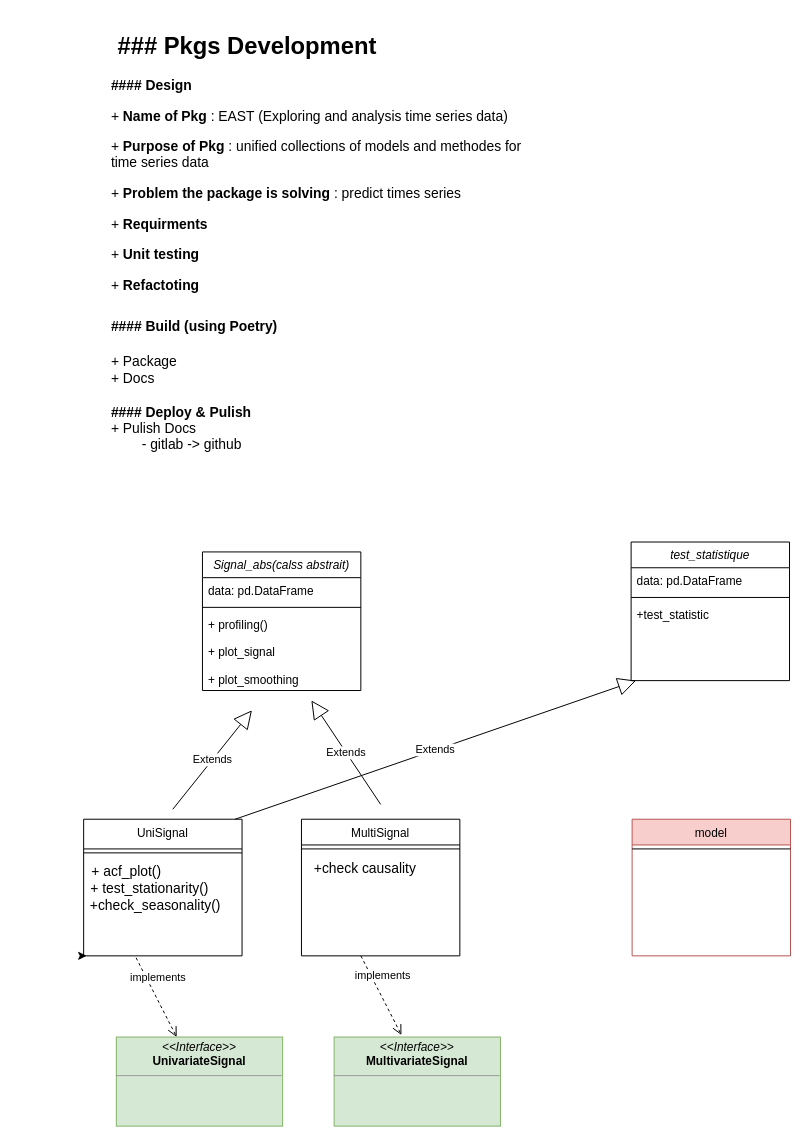
Before: notebooks/EAtsPy.drawio in eurobios-mews-labs/pasts, a draw.io diagram. Source tidied: cells renumbered, new cells numbered last; positions are measured from the earlier drawing's top-left corner, leaving out a move shared by most shapes. Both pictures are drawn from the tidied source at 99%, with x=0, y=0 at pixel (17, 27).
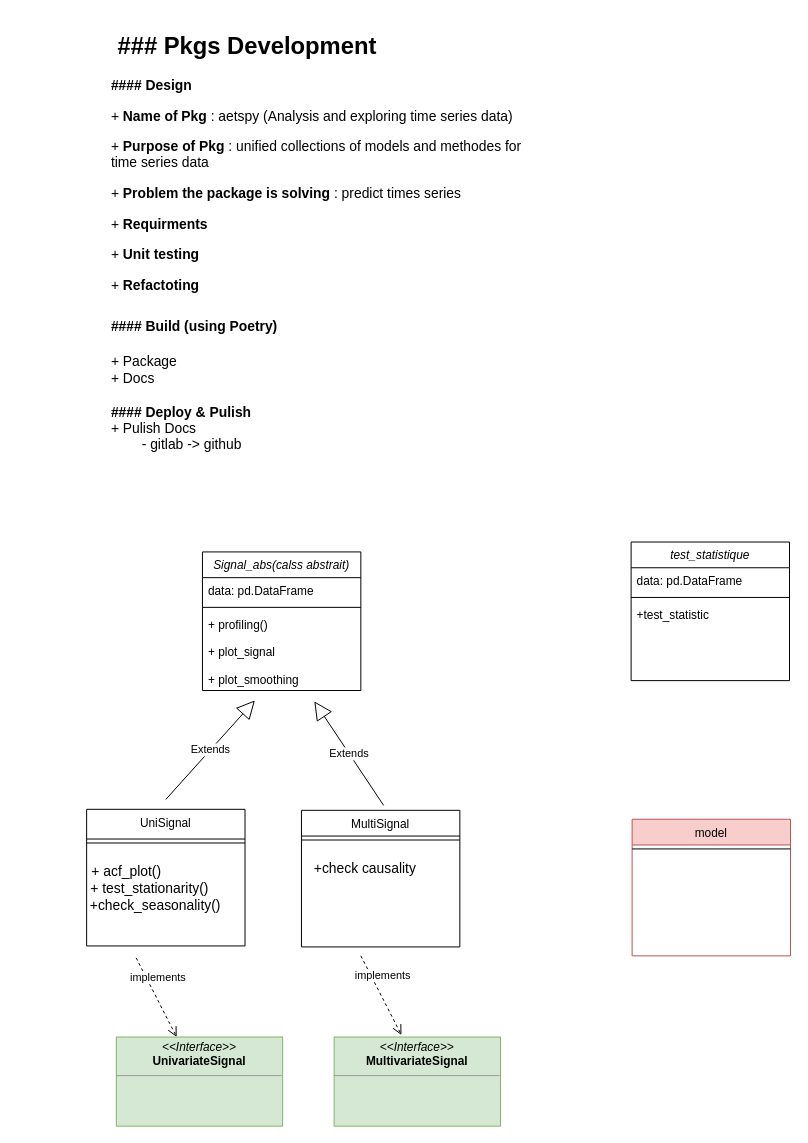
The same diagram, later.

Unchanged cells that the change refers to:
```xml
<mxCell id="18" value="+test_statistic" style="text;align=left;verticalAlign=top;spacingLeft=4;spacingRight=4;overflow=hidden;points=[[0,0.5],[1,0.5]];portConstraint=eastwest;" parent="15" vertex="1">
  <mxGeometry y="60" width="160" height="80" as="geometry" />
</mxCell>
```

What changed in the source:
```diff
@@
-    <mxCell id="6" style="edgeStyle=orthogonalEdgeStyle;rounded=0;jettySize=auto;html=1;exitX=0;exitY=1;exitDx=0;exitDy=0;" parent="1" edge="1" source="7">
-      <mxGeometry relative="1" as="geometry">
-        <mxPoint x="70" y="938" as="targetPoint" />
-      </mxGeometry>
-    </mxCell>
     <mxCell id="7" value="UniSignal" style="swimlane;fontStyle=0;align=center;verticalAlign=top;horizontal=1;startSize=30;rounded=0;shadow=0;strokeWidth=1;" parent="1" vertex="1">
-      <mxGeometry x="67" y="800" width="160" height="138" as="geometry" />
+      <mxGeometry x="70" y="790" width="160" height="138" as="geometry" />
     </mxCell>
@@
     <mxCell id="9" value="MultiSignal" style="swimlane;fontStyle=0;align=center;verticalAlign=top;horizontal=1;startSize=26;rounded=0;shadow=0;strokeWidth=1;" parent="1" vertex="1">
-      <mxGeometry x="287" y="800" width="160" height="138" as="geometry" />
+      <mxGeometry x="287" y="791" width="160" height="138" as="geometry" />
     </mxCell>
@@
-    <mxCell id="11" value="Extends" style="endArrow=block;endSize=16;endFill=0;html=1;rounded=0;" parent="1" edge="1">
-      <mxGeometry relative="1" as="geometry">
-        <mxPoint x="157" y="790" as="sourcePoint" />
-        <mxPoint x="237" y="690" as="targetPoint" />
-      </mxGeometry>
-    </mxCell>
     <mxCell id="12" value="Extends" style="endArrow=block;endSize=16;endFill=0;html=1;rounded=0;exitX=0.294;exitY=-0.036;exitDx=0;exitDy=0;exitPerimeter=0;" parent="1" edge="1">
       <mxGeometry relative="1" as="geometry">
-        <mxPoint x="367" y="785" as="sourcePoint" />
-        <mxPoint x="297" y="680" as="targetPoint" />
+        <mxPoint x="370" y="786" as="sourcePoint" />
+        <mxPoint x="300" y="681" as="targetPoint" />
       </mxGeometry>
     </mxCell>
@@
-    <mxCell id="14" value="&lt;h1 style=&quot;text-align: left;&quot;&gt;&lt;span style=&quot;border-color: var(--border-color); text-align: center;&quot;&gt;&amp;nbsp;### Pkgs Development&lt;/span&gt;&lt;span style=&quot;border-color: var(--border-color); font-size: 12px; text-align: center;&quot;&gt;&amp;nbsp;&lt;br style=&quot;border-color: var(--border-color);&quot;&gt;&lt;/span&gt;&lt;/h1&gt;&lt;p style=&quot;font-size: 14px;&quot;&gt;&lt;font style=&quot;font-size: 14px;&quot;&gt;&lt;b&gt;#### Design&lt;/b&gt;&lt;/font&gt;&lt;/p&gt;&lt;p style=&quot;font-size: 14px;&quot;&gt;&lt;font style=&quot;font-size: 14px;&quot;&gt;+ &lt;b style=&quot;&quot;&gt;Name of Pkg&lt;/b&gt; : EAST (Exploring and analysis time series data)&lt;/font&gt;&lt;/p&gt;&lt;p style=&quot;font-size: 14px;&quot;&gt;&lt;font style=&quot;font-size: 14px;&quot;&gt;+&lt;b&gt; Purpose of Pkg&lt;/b&gt; : unified collections of models and methodes for time series data&lt;/font&gt;&lt;/p&gt;&lt;p style=&quot;font-size: 14px;&quot;&gt;&lt;font style=&quot;font-size: 14px;&quot;&gt;+ &lt;b&gt;Problem the package is solving&lt;/b&gt; : predict times series&amp;nbsp;&lt;/font&gt;&lt;/p&gt;&lt;p style=&quot;font-size: 14px;&quot;&gt;&lt;font style=&quot;font-size: 14px;&quot;&gt;+ &lt;b&gt;Requirments&lt;/b&gt;&lt;/font&gt;&lt;/p&gt;&lt;p style=&quot;font-size: 14px;&quot;&gt;&lt;font style=&quot;font-size: 14px;&quot;&gt;+&lt;b&gt; Unit testing&lt;/b&gt;&lt;/font&gt;&lt;/p&gt;&lt;p style=&quot;font-size: 14px;&quot;&gt;&lt;font style=&quot;font-size: 14px;&quot;&gt;+ &lt;b&gt;Refactoting&lt;/b&gt;&lt;/font&gt;&lt;/p&gt;&lt;h1 style=&quot;border-color: var(--border-color);&quot;&gt;&lt;b style=&quot;border-color: var(--border-color); font-size: 14px;&quot;&gt;#### Build (using Poetry)&lt;/b&gt;&lt;/h1&gt;&lt;div&gt;&lt;span style=&quot;border-color: var(--border-color); font-size: 14px;&quot;&gt;+ Package&lt;/span&gt;&lt;/div&gt;&lt;div&gt;&lt;span style=&quot;border-color: var(--border-color); font-size: 14px;&quot;&gt;+ Docs&lt;/span&gt;&lt;/div&gt;&lt;div&gt;&lt;span style=&quot;border-color: var(--border-color); font-size: 14px;&quot;&gt;&lt;br&gt;&lt;/span&gt;&lt;/div&gt;&lt;div&gt;&lt;span style=&quot;border-color: var(--border-color); font-size: 14px;&quot;&gt;&lt;b style=&quot;border-color: var(--border-color);&quot;&gt;#### Deploy &amp;amp; Pulish&lt;/b&gt;&lt;br&gt;&lt;/span&gt;&lt;/div&gt;&lt;div&gt;&lt;span style=&quot;border-color: var(--border-color); font-size: 14px;&quot;&gt;&lt;span style=&quot;border-color: var(--border-color);&quot;&gt;+ Pulish Docs&lt;/span&gt;&lt;/span&gt;&lt;/div&gt;&lt;div&gt;&lt;span style=&quot;border-color: var(--border-color); font-size: 14px;&quot;&gt;&lt;span style=&quot;border-color: var(--border-color);&quot;&gt;&lt;span style=&quot;white-space: pre;&quot;&gt;&#9;&lt;/span&gt;- gitlab -&amp;gt; github&amp;nbsp;&lt;br&gt;&lt;/span&gt;&lt;/span&gt;&lt;/div&gt;&lt;div&gt;&lt;span style=&quot;border-color: var(--border-color); font-size: 14px;&quot;&gt;&lt;span style=&quot;border-color: var(--border-color);&quot;&gt;&lt;br&gt;&lt;/span&gt;&lt;/span&gt;&lt;/div&gt;&lt;div&gt;&lt;span style=&quot;border-color: var(--border-color); font-size: 14px;&quot;&gt;&lt;span style=&quot;border-color: var(--border-color);&quot;&gt;&lt;br&gt;&lt;/span&gt;&lt;/span&gt;&lt;/div&gt;&lt;div&gt;&lt;span style=&quot;border-color: var(--border-color); font-size: 12px; text-align: center;&quot;&gt;&lt;br&gt;&lt;/span&gt;&lt;/div&gt;&lt;p&gt;&lt;br&gt;&lt;/p&gt;&lt;p&gt;&lt;br&gt;&lt;/p&gt;&lt;p&gt;&lt;br&gt;&lt;/p&gt;&lt;p&gt;&lt;br&gt;&lt;/p&gt;" style="text;html=1;strokeColor=none;fillColor=none;spacing=5;spacingTop=-20;whiteSpace=wrap;overflow=hidden;rounded=0;" parent="1" vertex="1">
+    <mxCell id="14" value="&lt;h1 style=&quot;text-align: left;&quot;&gt;&lt;span style=&quot;border-color: var(--border-color); text-align: center;&quot;&gt;&amp;nbsp;### Pkgs Development&lt;/span&gt;&lt;span style=&quot;border-color: var(--border-color); font-size: 12px; text-align: center;&quot;&gt;&amp;nbsp;&lt;br style=&quot;border-color: var(--border-color);&quot;&gt;&lt;/span&gt;&lt;/h1&gt;&lt;p style=&quot;font-size: 14px;&quot;&gt;&lt;font style=&quot;font-size: 14px;&quot;&gt;&lt;b&gt;#### Design&lt;/b&gt;&lt;/font&gt;&lt;/p&gt;&lt;p style=&quot;font-size: 14px;&quot;&gt;&lt;font style=&quot;font-size: 14px;&quot;&gt;+ &lt;b style=&quot;&quot;&gt;Name of Pkg&lt;/b&gt; : aetspy (Analysis and exploring time series data)&lt;/font&gt;&lt;/p&gt;&lt;p style=&quot;font-size: 14px;&quot;&gt;&lt;font style=&quot;font-size: 14px;&quot;&gt;+&lt;b&gt; Purpose of Pkg&lt;/b&gt; : unified collections of models and methodes for time series data&lt;/font&gt;&lt;/p&gt;&lt;p style=&quot;font-size: 14px;&quot;&gt;&lt;font style=&quot;font-size: 14px;&quot;&gt;+ &lt;b&gt;Problem the package is solving&lt;/b&gt; : predict times series&amp;nbsp;&lt;/font&gt;&lt;/p&gt;&lt;p style=&quot;font-size: 14px;&quot;&gt;&lt;font style=&quot;font-size: 14px;&quot;&gt;+ &lt;b&gt;Requirments&lt;/b&gt;&lt;/font&gt;&lt;/p&gt;&lt;p style=&quot;font-size: 14px;&quot;&gt;&lt;font style=&quot;font-size: 14px;&quot;&gt;+&lt;b&gt; Unit testing&lt;/b&gt;&lt;/font&gt;&lt;/p&gt;&lt;p style=&quot;font-size: 14px;&quot;&gt;&lt;font style=&quot;font-size: 14px;&quot;&gt;+ &lt;b&gt;Refactoting&lt;/b&gt;&lt;/font&gt;&lt;/p&gt;&lt;h1 style=&quot;border-color: var(--border-color);&quot;&gt;&lt;b style=&quot;border-color: var(--border-color); font-size: 14px;&quot;&gt;#### Build (using Poetry)&lt;/b&gt;&lt;/h1&gt;&lt;div&gt;&lt;span style=&quot;border-color: var(--border-color); font-size: 14px;&quot;&gt;+ Package&lt;/span&gt;&lt;/div&gt;&lt;div&gt;&lt;span style=&quot;border-color: var(--border-color); font-size: 14px;&quot;&gt;+ Docs&lt;/span&gt;&lt;/div&gt;&lt;div&gt;&lt;span style=&quot;border-color: var(--border-color); font-size: 14px;&quot;&gt;&lt;br&gt;&lt;/span&gt;&lt;/div&gt;&lt;div&gt;&lt;span style=&quot;border-color: var(--border-color); font-size: 14px;&quot;&gt;&lt;b style=&quot;border-color: var(--border-color);&quot;&gt;#### Deploy &amp;amp; Pulish&lt;/b&gt;&lt;br&gt;&lt;/span&gt;&lt;/div&gt;&lt;div&gt;&lt;span style=&quot;border-color: var(--border-color); font-size: 14px;&quot;&gt;&lt;span style=&quot;border-color: var(--border-color);&quot;&gt;+ Pulish Docs&lt;/span&gt;&lt;/span&gt;&lt;/div&gt;&lt;div&gt;&lt;span style=&quot;border-color: var(--border-color); font-size: 14px;&quot;&gt;&lt;span style=&quot;border-color: var(--border-color);&quot;&gt;&lt;span style=&quot;white-space: pre;&quot;&gt;&#9;&lt;/span&gt;- gitlab -&amp;gt; github&amp;nbsp;&lt;br&gt;&lt;/span&gt;&lt;/span&gt;&lt;/div&gt;&lt;div&gt;&lt;span style=&quot;border-color: var(--border-color); font-size: 14px;&quot;&gt;&lt;span style=&quot;border-color: var(--border-color);&quot;&gt;&lt;br&gt;&lt;/span&gt;&lt;/span&gt;&lt;/div&gt;&lt;div&gt;&lt;span style=&quot;border-color: var(--border-color); font-size: 14px;&quot;&gt;&lt;span style=&quot;border-color: var(--border-color);&quot;&gt;&lt;br&gt;&lt;/span&gt;&lt;/span&gt;&lt;/div&gt;&lt;div&gt;&lt;span style=&quot;border-color: var(--border-color); font-size: 12px; text-align: center;&quot;&gt;&lt;br&gt;&lt;/span&gt;&lt;/div&gt;&lt;p&gt;&lt;br&gt;&lt;/p&gt;&lt;p&gt;&lt;br&gt;&lt;/p&gt;&lt;p&gt;&lt;br&gt;&lt;/p&gt;&lt;p&gt;&lt;br&gt;&lt;/p&gt;" style="text;html=1;strokeColor=none;fillColor=none;spacing=5;spacingTop=-20;whiteSpace=wrap;overflow=hidden;rounded=0;" parent="1" vertex="1">
       <mxGeometry x="90" width="450" height="440" as="geometry" />
     </mxCell>
@@
-    <mxCell id="21" value="Extends" style="endArrow=block;endSize=16;endFill=0;html=1;rounded=0;entryX=0.031;entryY=1;entryDx=0;entryDy=0;entryPerimeter=0;" parent="1" edge="1" target="18">
-      <mxGeometry relative="1" as="geometry">
-        <mxPoint x="220" y="800" as="sourcePoint" />
-      </mxGeometry>
-    </mxCell>
@@
+    <mxCell id="11" value="Extends" style="endArrow=block;endSize=16;endFill=0;html=1;rounded=0;" parent="1" edge="1">
+      <mxGeometry relative="1" as="geometry">
+        <mxPoint x="150" y="780" as="sourcePoint" />
+        <mxPoint x="240" y="680" as="targetPoint" />
+      </mxGeometry>
+    </mxCell>
```
